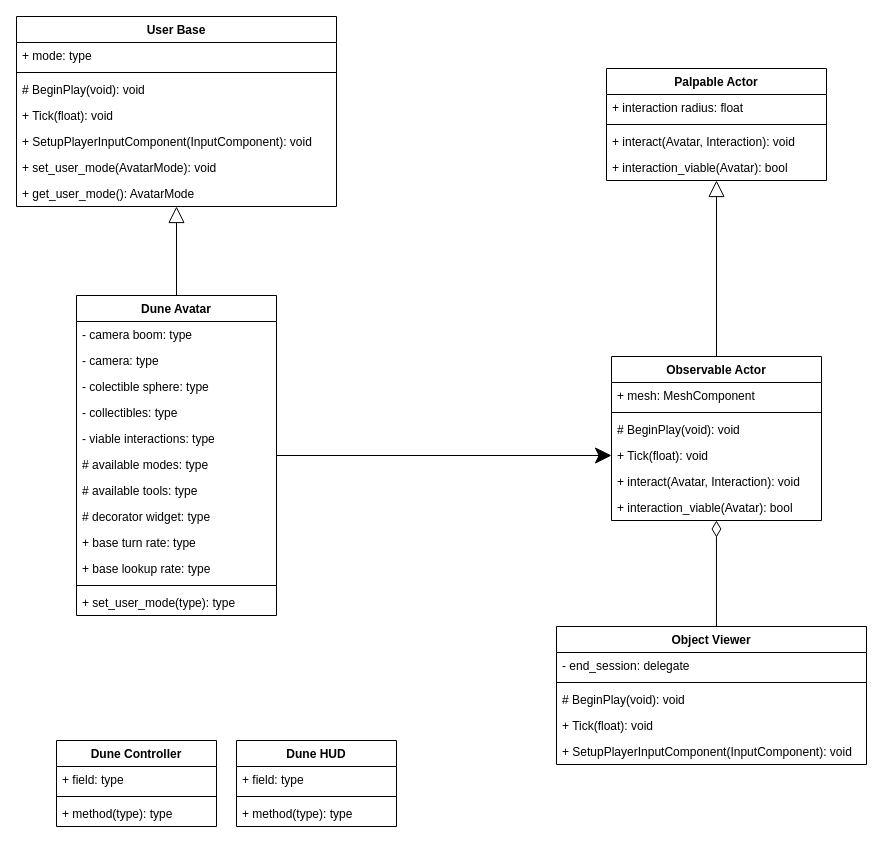
Earlier version of the draw.io diagram page "ObservableClassDiagram" (1 of 2) of diagrams/diagrams.drawio (demuth/vDUNE). Source tidied: cells renumbered, new cells numbered last; positions are measured from the earlier drawing's top-left corner, leaving out a move shared by most shapes. Both pictures are drawn from the tidied source at 100%, with x=0, y=0 at pixel (16, 16).
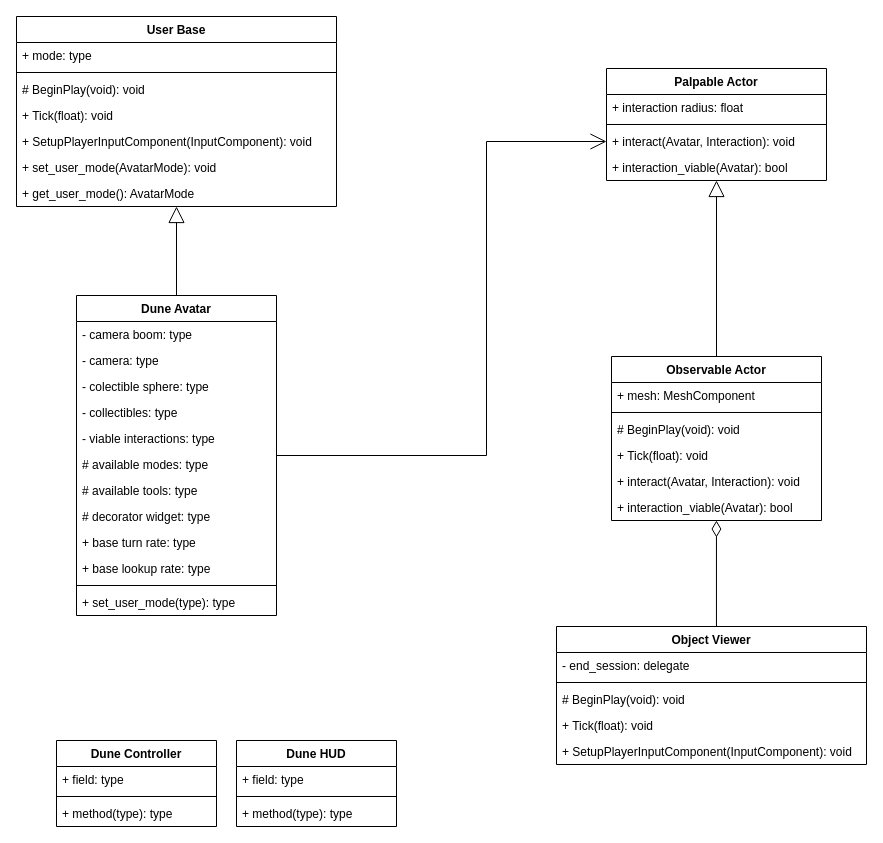
The same diagram, later.

Unchanged cells that the change refers to:
```xml
<mxCell id="4" value="Dune Avatar" style="swimlane;fontStyle=1;align=center;verticalAlign=top;horizontal=1;startSize=26;swimlaneFillColor=#ffffff;" parent="1" vertex="1">
  <mxGeometry x="60" y="279" width="200" height="320" as="geometry" />
</mxCell>
<mxCell id="23" value="+ Tick(float): void" style="text;strokeColor=none;fillColor=none;align=left;verticalAlign=top;spacingLeft=4;spacingRight=4;overflow=hidden;points=[[0,0.5],[1,0.5]];portConstraint=eastwest;" parent="19" vertex="1">
  <mxGeometry y="86" width="210" height="26" as="geometry" />
</mxCell>
<mxCell id="51" value="+ interact(Avatar, Interaction): void" style="text;strokeColor=none;fillColor=none;align=left;verticalAlign=top;spacingLeft=4;spacingRight=4;overflow=hidden;points=[[0,0.5],[1,0.5]];portConstraint=eastwest;" parent="48" vertex="1">
  <mxGeometry y="60" width="220" height="26" as="geometry" />
</mxCell>
```

Change to the diagram source:
```diff
@@
-    <mxCell id="2" style="edgeStyle=orthogonalEdgeStyle;rounded=0;jettySize=auto;html=1;entryX=0;entryY=0.5;entryDx=0;entryDy=0;startArrow=none;startFill=0;endArrow=classic;endFill=1;startSize=14;endSize=14;" parent="1" edge="1" source="4" target="23">
-      <mxGeometry relative="1" as="geometry" />
+    <mxCell id="2" style="edgeStyle=orthogonalEdgeStyle;rounded=0;jettySize=auto;html=1;entryX=0;entryY=0.5;entryDx=0;entryDy=0;startArrow=none;startFill=0;endArrow=open;endFill=0;startSize=14;endSize=14;" parent="1" edge="1" source="4" target="51">
+      <mxGeometry relative="1" as="geometry">
+        <Array as="points">
+          <mxPoint x="470" y="439" />
+          <mxPoint x="470" y="125" />
+        </Array>
+      </mxGeometry>
     </mxCell>
```
